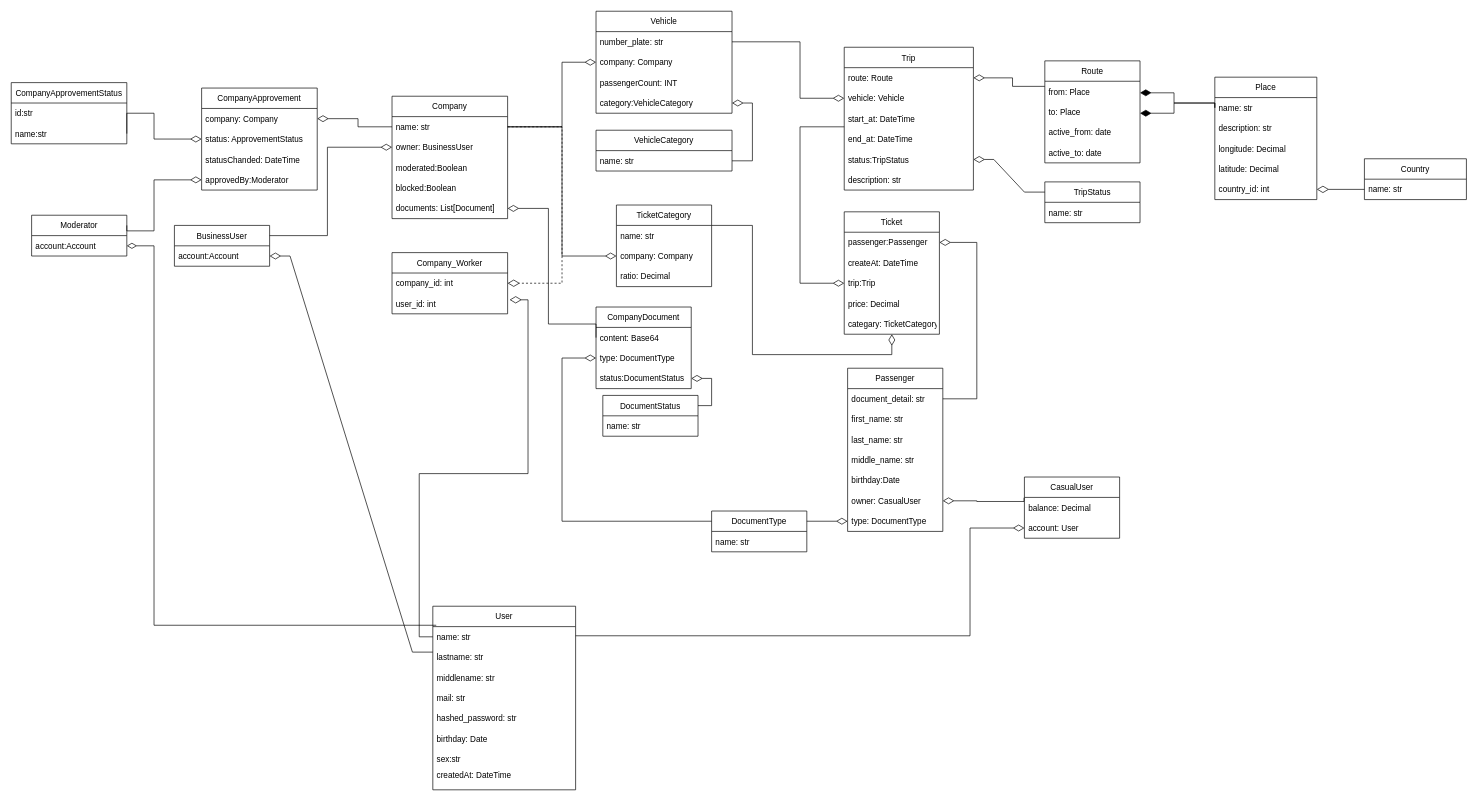
This is VehicleAggModels.drawio from vehicle-aggregator/docs, a draw.io file, before an edit. Source tidied: cells renumbered, new cells numbered last; positions are measured from the earlier drawing's top-left corner, leaving out a move shared by most shapes. Both pictures are drawn from the tidied source at 68%, with x=0, y=0 at pixel (11, 11).
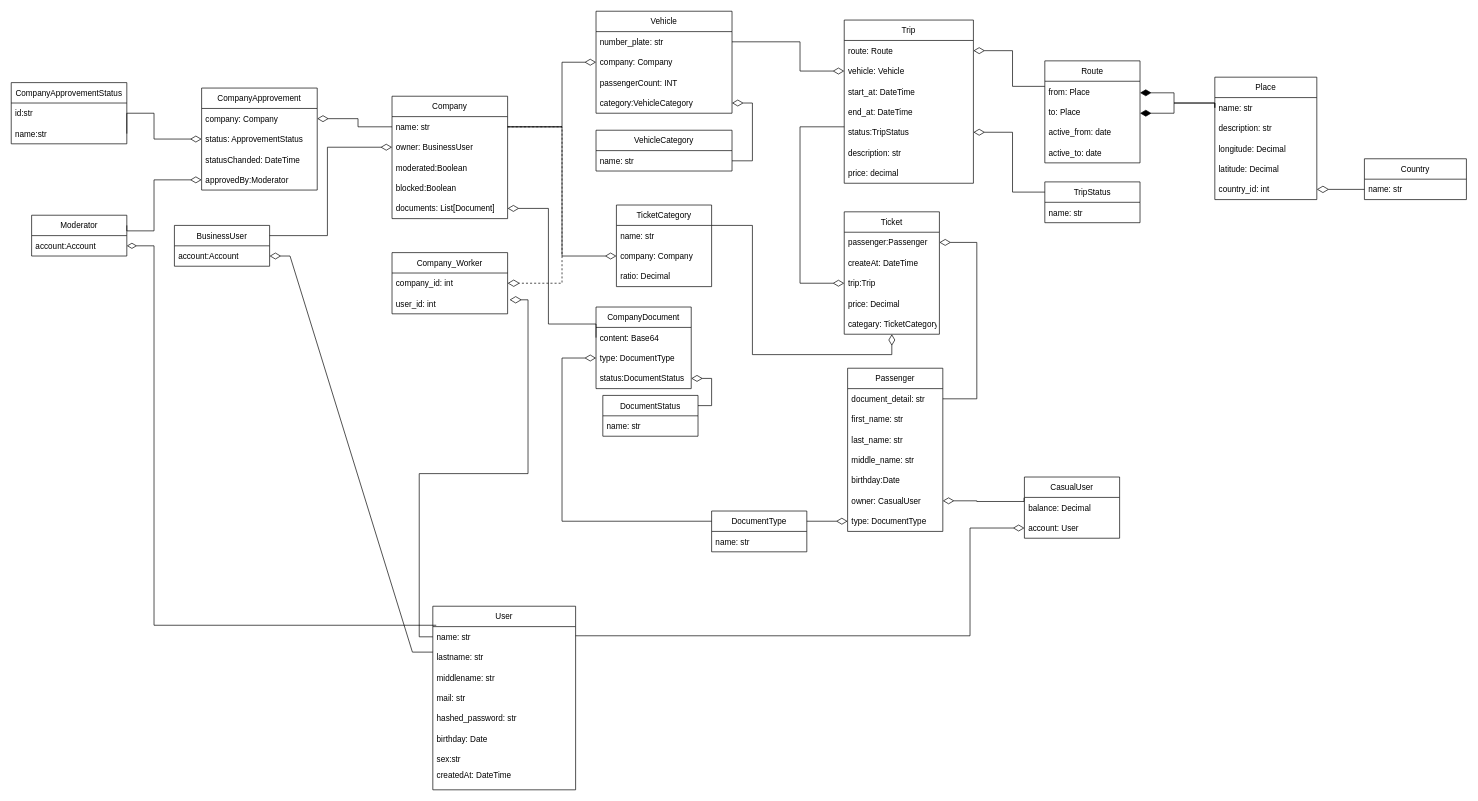
After the change.

Unchanged cells that the change refers to:
```xml
<mxCell id="5" value="number_plate: str" style="text;strokeColor=none;fillColor=none;align=left;verticalAlign=middle;spacingLeft=4;spacingRight=4;overflow=hidden;points=[[0,0.5],[1,0.5]];portConstraint=eastwest;" parent="4" vertex="1">
  <mxGeometry y="30" width="200" height="30" as="geometry" />
</mxCell>
<mxCell id="48" value="vehicle: Vehicle" style="text;strokeColor=none;fillColor=none;align=left;verticalAlign=middle;spacingLeft=4;spacingRight=4;overflow=hidden;points=[[0,0.5],[1,0.5]];portConstraint=eastwest;" parent="46" vertex="1">
  <mxGeometry y="60" width="190" height="30" as="geometry" />
</mxCell>
<mxCell id="51" value="status:TripStatus" style="text;strokeColor=none;fillColor=none;align=left;verticalAlign=middle;spacingLeft=4;spacingRight=4;overflow=hidden;points=[[0,0.5],[1,0.5]];portConstraint=eastwest;" parent="46" vertex="1">
  <mxGeometry y="150" width="190" height="30" as="geometry" />
</mxCell>
<mxCell id="58" value="TripStatus" style="swimlane;fontStyle=0;horizontal=1;startSize=30;" parent="1" vertex="1">
  <mxGeometry x="1520" y="251" width="140" height="60" as="geometry" />
</mxCell>
```

Diff of the diagram source:
```diff
@@
     <mxCell id="46" value="Trip" style="swimlane;fontStyle=0;horizontal=1;startSize=30;" parent="1" vertex="1">
-      <mxGeometry x="1225" y="53" width="190" height="210" as="geometry" />
+      <mxGeometry x="1225" y="13" width="190" height="240" as="geometry" />
     </mxCell>
@@
+    <mxCell id="116" value="price: decimal" style="text;strokeColor=none;fillColor=none;align=left;verticalAlign=middle;spacingLeft=4;spacingRight=4;overflow=hidden;" parent="46" vertex="1">
+      <mxGeometry y="210" width="190" height="30" as="geometry" />
+    </mxCell>
@@
     <mxCell id="54" style="edgeStyle=orthogonalEdgeStyle;rounded=0;jettySize=auto;html=1;entryX=1;entryY=0.5;entryDx=0;entryDy=0;elbow=vertical;endArrow=none;endFill=0;strokeWidth=1;endSize=11;startArrow=diamondThin;startFill=0;startSize=14;" parent="1" edge="1" source="48" target="5">
       <mxGeometry relative="1" as="geometry">
         <Array as="points">
-          <mxPoint x="1160" y="128" />
+          <mxPoint x="1160" y="88" />
           <mxPoint x="1160" y="45" />
         </Array>
       </mxGeometry>
     </mxCell>
@@
-    <mxCell id="60" style="edgeStyle=entityRelationEdgeStyle;rounded=0;jettySize=auto;html=1;entryX=0;entryY=0.25;entryDx=0;entryDy=0;elbow=vertical;endArrow=none;endFill=0;startArrow=diamondThin;startFill=0;endSize=11;startSize=14;" parent="1" edge="1" source="51" target="58">
+    <mxCell id="60" style="edgeStyle=orthogonalEdgeStyle;rounded=0;jettySize=auto;html=1;entryX=0;entryY=0.25;entryDx=0;entryDy=0;elbow=vertical;endArrow=none;endFill=0;startArrow=diamondThin;startFill=0;endSize=11;startSize=14;" parent="1" edge="1" source="51" target="58">
       <mxGeometry relative="1" as="geometry" />
     </mxCell>
```
